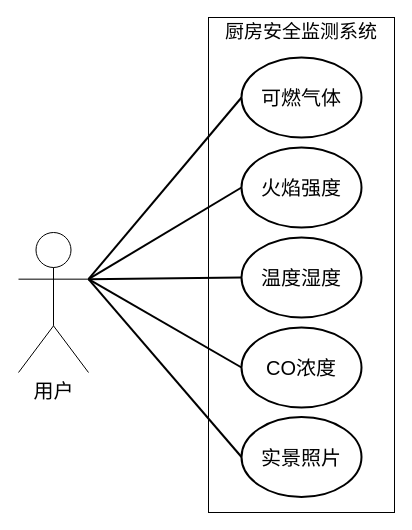
Before: 论文.drawio in guardian-han/test, a draw.io diagram. Source tidied: cells renumbered, new cells numbered last; positions are measured from the earlier drawing's top-left corner, leaving out a move shared by most shapes. Both pictures are drawn from the tidied source at 100%, with x=0, y=0 at pixel (18, 17).
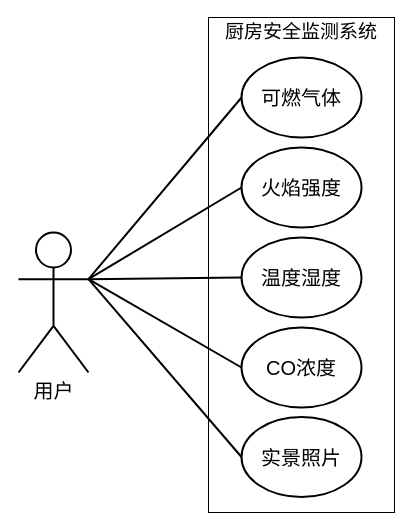
After the change.

Diff of the diagram source:
```diff
@@
 <mxGraphModel>
   <root>
     <mxCell id="0" />
     <mxCell id="1" parent="0" />
-    <mxCell id="2" value="&lt;font face=&quot;Times New Roman&quot; style=&quot;font-size: 20px;&quot;&gt;用户&lt;/font&gt;" style="shape=umlActor;verticalLabelPosition=bottom;verticalAlign=top;html=1;outlineConnect=0;" parent="1" vertex="1">
+    <mxCell id="2" value="&lt;font face=&quot;Times New Roman&quot; style=&quot;font-size: 20px;&quot;&gt;用户&lt;/font&gt;" style="shape=umlActor;verticalLabelPosition=bottom;verticalAlign=top;html=1;outlineConnect=0;strokeWidth=2;" parent="1" vertex="1">
       <mxGeometry y="215" width="70" height="140" as="geometry" />
     </mxCell>
     <mxCell id="3" style="rounded=0;whiteSpace=wrap;html=1;fillColor=none;strokeWidth=1;" parent="1" vertex="1">
       <mxGeometry x="190" width="186" height="495" as="geometry" />
     </mxCell>
     <mxCell id="4" value="&lt;font style=&quot;font-size: 19px;&quot;&gt;厨房安全监测系统&lt;/font&gt;" style="text;html=1;align=center;verticalAlign=middle;whiteSpace=wrap;rounded=0;fontFamily=Times New Roman;" parent="1" vertex="1">
       <mxGeometry x="202" width="162" height="30" as="geometry" />
     </mxCell>
     <mxCell id="5" value="可燃气体" style="ellipse;whiteSpace=wrap;html=1;fillColor=none;strokeWidth=2;fontSize=20;" parent="1" vertex="1">
       <mxGeometry x="223" y="40" width="120" height="80" as="geometry" />
     </mxCell>
     <mxCell id="6" value="火焰强度" style="ellipse;whiteSpace=wrap;html=1;fillColor=none;strokeWidth=2;fontSize=20;" parent="1" vertex="1">
       <mxGeometry x="223" y="130" width="120" height="80" as="geometry" />
     </mxCell>
     <mxCell id="7" value="温度湿度" style="ellipse;whiteSpace=wrap;html=1;fillColor=none;strokeWidth=2;fontSize=20;" parent="1" vertex="1">
       <mxGeometry x="223" y="220" width="120" height="80" as="geometry" />
     </mxCell>
     <mxCell id="8" value="CO浓度" style="ellipse;whiteSpace=wrap;html=1;fillColor=none;strokeWidth=2;fontSize=20;" parent="1" vertex="1">
       <mxGeometry x="223" y="310" width="120" height="80" as="geometry" />
     </mxCell>
     <mxCell id="9" style="endArrow=none;html=1;rounded=0;strokeColor=default;strokeWidth=2;exitX=1;exitY=0.3333333333333333;exitDx=0;exitDy=0;exitPerimeter=0;entryX=0;entryY=0.5;entryDx=0;entryDy=0;" parent="1" edge="1" source="2" target="5">
       <mxGeometry relative="1" as="geometry" />
     </mxCell>
     <mxCell id="10" style="endArrow=none;html=1;rounded=0;strokeColor=default;strokeWidth=2;entryX=0;entryY=0.5;entryDx=0;entryDy=0;exitX=1;exitY=0.3333333333333333;exitDx=0;exitDy=0;exitPerimeter=0;" parent="1" edge="1" source="2" target="6">
       <mxGeometry relative="1" as="geometry" />
     </mxCell>
     <mxCell id="11" style="endArrow=none;html=1;rounded=0;strokeColor=default;strokeWidth=2;entryX=0;entryY=0.5;entryDx=0;entryDy=0;exitX=1;exitY=0.3333333333333333;exitDx=0;exitDy=0;exitPerimeter=0;" parent="1" edge="1" source="2" target="7">
       <mxGeometry relative="1" as="geometry" />
     </mxCell>
     <mxCell id="12" style="endArrow=none;html=1;rounded=0;strokeColor=default;strokeWidth=2;entryX=0;entryY=0.5;entryDx=0;entryDy=0;exitX=1;exitY=0.3333333333333333;exitDx=0;exitDy=0;exitPerimeter=0;" parent="1" edge="1" source="2" target="8">
       <mxGeometry relative="1" as="geometry" />
     </mxCell>
     <mxCell id="13" value="实景照片" style="ellipse;whiteSpace=wrap;html=1;fillColor=none;strokeWidth=2;fontSize=20;" parent="1" vertex="1">
       <mxGeometry x="223" y="399.5" width="120" height="80" as="geometry" />
     </mxCell>
     <mxCell id="14" style="endArrow=none;html=1;rounded=0;strokeColor=default;strokeWidth=2;entryX=0;entryY=0.5;entryDx=0;entryDy=0;exitX=1;exitY=0.3333333333333333;exitDx=0;exitDy=0;exitPerimeter=0;" parent="1" edge="1" source="2" target="13">
       <mxGeometry relative="1" as="geometry" />
     </mxCell>
   </root>
 </mxGraphModel>
```
